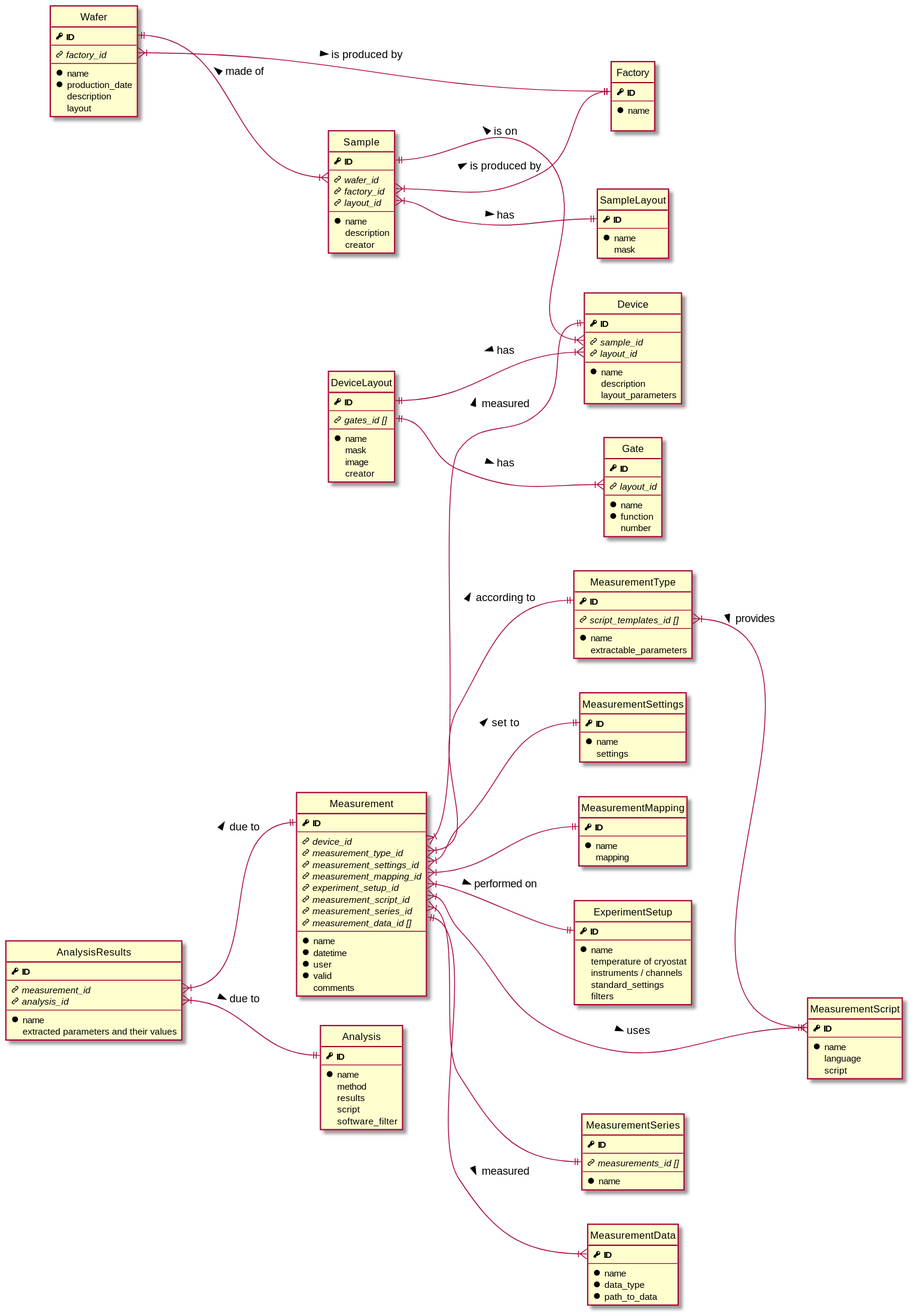
This is docs/diagrams/ER_diagram/ER_diagram.svg from qutech/QuMADA, a PlantUML export, as it was before one commit.
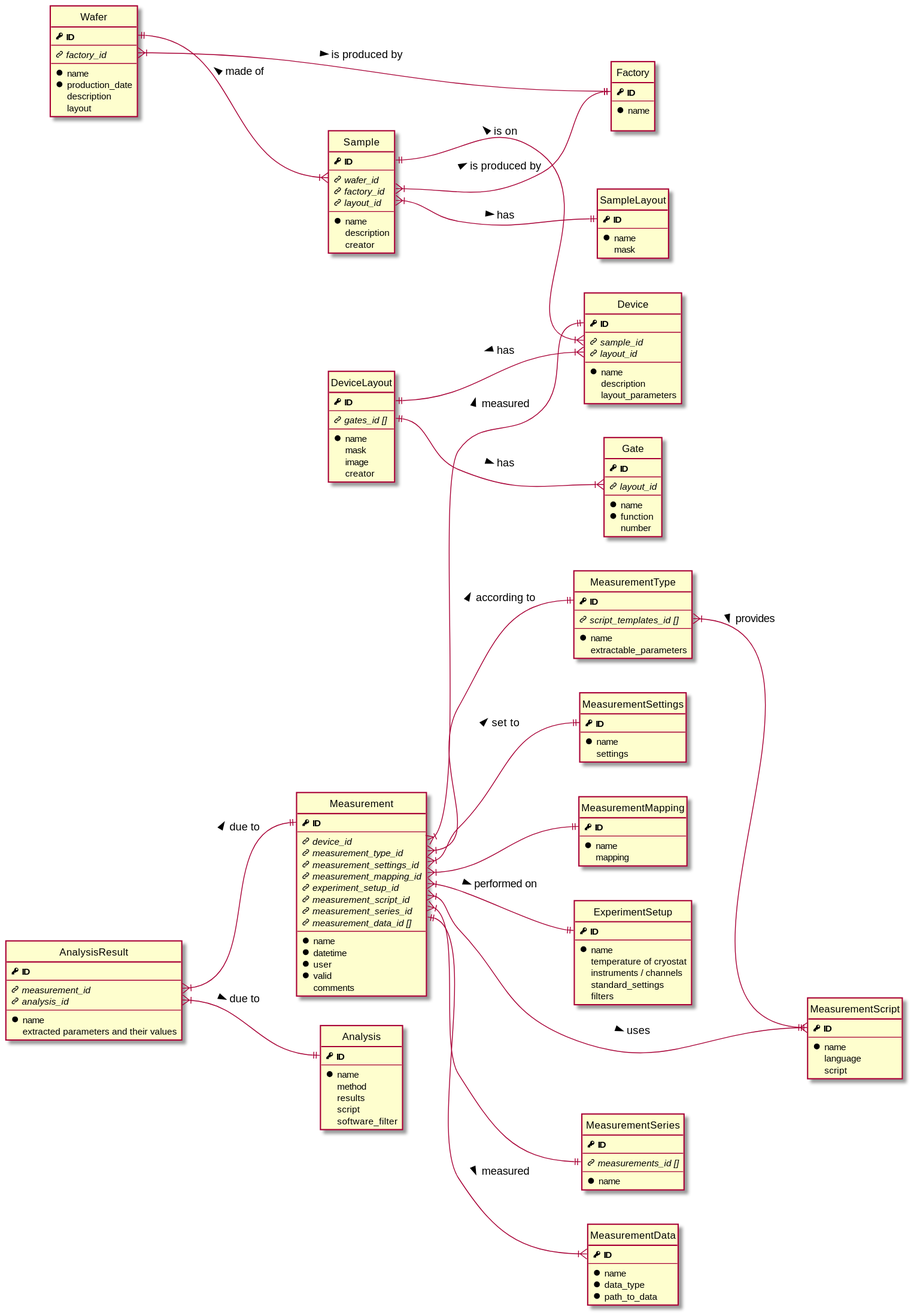
After the commit.

Diff of the diagram source:
```diff
@@ -161,7 +161,7 @@
     software_filter
 }
 
-entity "AnalysisResults" as analysisResults {
+entity "AnalysisResult" as analysisResults {
     PK ID
     --
     FK measurement_id
```
